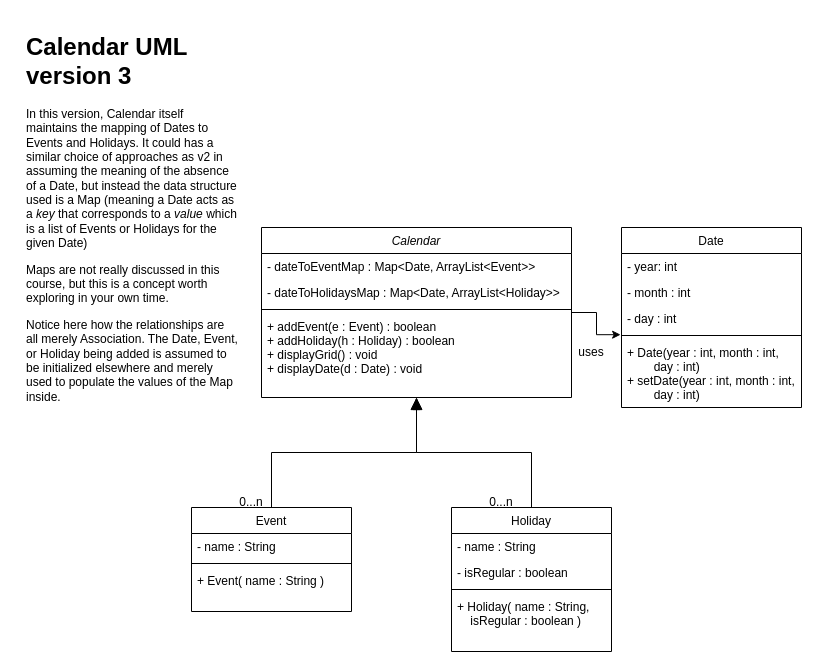
This is Calendar UML v3.drawio from arielampol/S12_Demo, a draw.io file, before an edit. Source tidied: cells renumbered, new cells numbered last; positions are measured from the earlier drawing's top-left corner, leaving out a move shared by most shapes. Both pictures are drawn from the tidied source at 100%, with x=0, y=0 at pixel (21, 27).
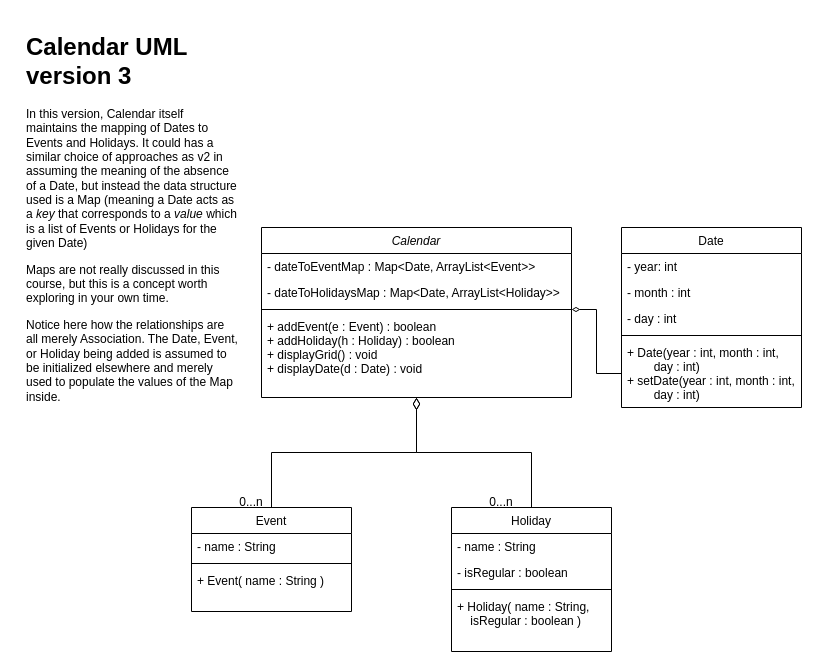
After the change.

The change refers to these unchanged cells:
```xml
<mxCell id="3" value="Calendar" style="swimlane;fontStyle=2;align=center;verticalAlign=top;horizontal=1;startSize=26;rounded=0;shadow=0;strokeWidth=1;" parent="1" vertex="1">
  <mxGeometry x="240" y="200" width="310" height="170" as="geometry" />
</mxCell>
<mxCell id="6" style="line;html=1;strokeWidth=1;align=left;verticalAlign=middle;spacingTop=-1;spacingLeft=3;spacingRight=3;labelPosition=right;points=[];portConstraint=eastwest;" parent="3" vertex="1">
  <mxGeometry y="78" width="310" height="8" as="geometry" />
</mxCell>
<mxCell id="8" value="Event" style="swimlane;fontStyle=0;align=center;verticalAlign=top;horizontal=1;startSize=26;rounded=0;shadow=0;strokeWidth=1;" parent="1" vertex="1">
  <mxGeometry x="170" y="480" width="160" height="104" as="geometry" />
</mxCell>
<mxCell id="13" value="Holiday" style="swimlane;fontStyle=0;align=center;verticalAlign=top;horizontal=1;startSize=26;rounded=0;shadow=0;strokeWidth=1;" parent="1" vertex="1">
  <mxGeometry x="430" y="480" width="160" height="144" as="geometry" />
</mxCell>
<mxCell id="22" value="- day : int" style="text;align=left;verticalAlign=top;spacingLeft=4;spacingRight=4;overflow=hidden;points=[[0,0.5],[1,0.5]];portConstraint=eastwest;rounded=0;shadow=0;html=0;" parent="19" vertex="1">
  <mxGeometry y="78" width="180" height="26" as="geometry" />
</mxCell>
<mxCell id="24" value="+ Date(year : int, month : int,&#10;        day : int)&#10;+ setDate(year : int, month : int,&#10;        day : int)&#10;" style="text;align=left;verticalAlign=top;spacingLeft=4;spacingRight=4;overflow=hidden;points=[[0,0.5],[1,0.5]];portConstraint=eastwest;" parent="19" vertex="1">
  <mxGeometry y="112" width="180" height="68" as="geometry" />
</mxCell>
```

The edit, as a diff of the source:
```diff
@@
-    <mxCell id="2" style="edgeStyle=orthogonalEdgeStyle;rounded=0;jettySize=auto;html=1;entryX=-0.005;entryY=1.123;entryDx=0;entryDy=0;entryPerimeter=0;" parent="1" edge="1" source="3" target="22">
-      <mxGeometry relative="1" as="geometry" />
-    </mxCell>
@@
-    <mxCell id="12" style="endArrow=blockThin;endSize=10;endFill=1;shadow=0;strokeWidth=1;rounded=0;edgeStyle=elbowEdgeStyle;elbow=vertical;" parent="1" edge="1" source="8" target="3">
+    <mxCell id="12" style="endArrow=diamondThin;endSize=10;endFill=0;shadow=0;strokeWidth=1;rounded=0;edgeStyle=elbowEdgeStyle;elbow=vertical;" parent="1" edge="1" source="8" target="3">
       <mxGeometry relative="1" as="geometry" />
     </mxCell>
@@
-    <mxCell id="18" style="endArrow=block;endSize=10;endFill=1;shadow=0;strokeWidth=1;rounded=0;edgeStyle=elbowEdgeStyle;elbow=vertical;" parent="1" edge="1" source="13" target="3">
+    <mxCell id="18" style="endArrow=diamondThin;endSize=10;endFill=0;shadow=0;strokeWidth=1;rounded=0;edgeStyle=elbowEdgeStyle;elbow=vertical;" parent="1" edge="1" source="13" target="3">
       <mxGeometry relative="1" as="geometry" />
     </mxCell>
@@
-    <mxCell id="28" value="uses" style="text;html=1;strokeColor=none;fillColor=none;align=center;verticalAlign=middle;whiteSpace=wrap;rounded=0;" parent="1" vertex="1">
-      <mxGeometry x="540" y="310" width="60" height="30" as="geometry" />
-    </mxCell>
+    <mxCell id="29" style="edgeStyle=orthogonalEdgeStyle;rounded=0;jettySize=auto;html=1;exitX=0;exitY=0.5;exitDx=0;exitDy=0;endArrow=diamondThin;endFill=0;" parent="1" edge="1" source="24" target="6">
+      <mxGeometry relative="1" as="geometry" />
+    </mxCell>
```
